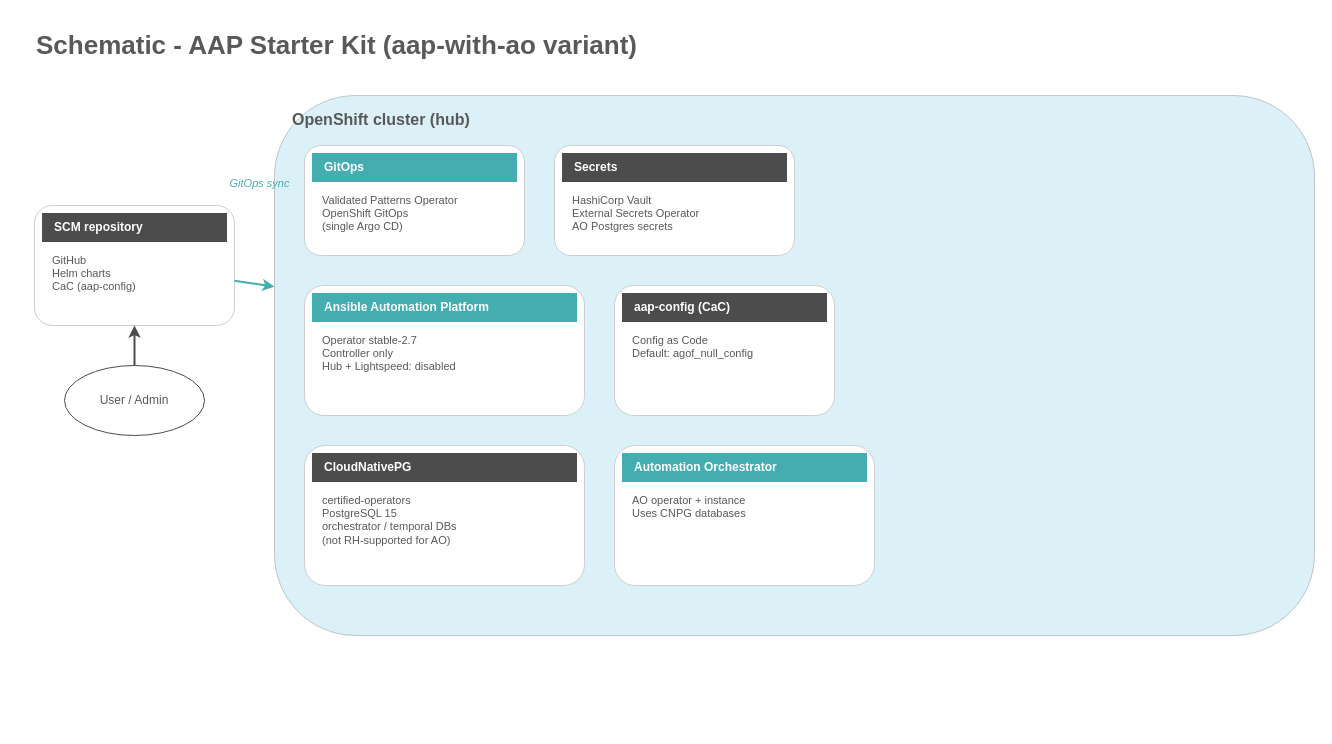
Earlier version of the draw.io diagram static/images/aap-starter-kit/aap-architecture-aap-with-ao.drawio (validatedpatterns/docs). Source tidied: cells renumbered, new cells numbered last; positions are measured from the earlier drawing's top-left corner, leaving out a move shared by most shapes. Both pictures are drawn from the tidied source at 100%, with x=0, y=0 at pixel (34, 25).
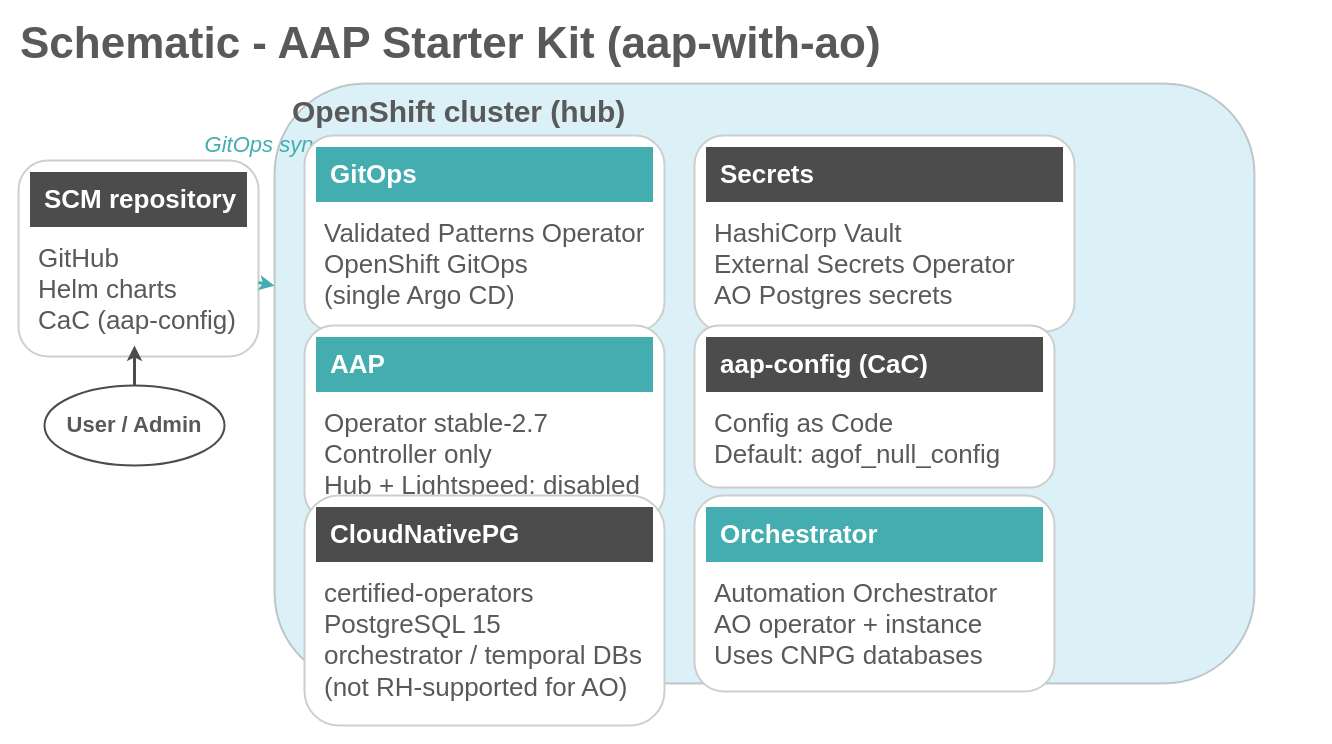
After the change.

The edit, as a diff of the source:
```diff
@@
-    <mxCell id="2" value="&lt;b&gt;Schematic - AAP Starter Kit (aap-with-ao variant)&lt;/b&gt;" style="text;html=1;strokeColor=none;fillColor=none;align=left;verticalAlign=middle;fontFamily=Red Hat Text;fontSize=26;fontColor=#595959;" parent="1" vertex="1">
-      <mxGeometry width="1200" height="40" as="geometry" />
+    <mxCell id="2" value="&lt;b&gt;Schematic - AAP Starter Kit (aap-with-ao)&lt;/b&gt;" style="text;html=1;strokeColor=none;fillColor=none;align=left;verticalAlign=middle;fontFamily=Red Hat Text;fontSize=44;fontColor=#595959;fontStyle=1;" parent="1" vertex="1">
+      <mxGeometry x="-16" y="-4" width="1200" height="44" as="geometry" />
     </mxCell>
-    <mxCell id="3" style="rounded=1;whiteSpace=wrap;html=1;fillColor=#4CB6D6;strokeColor=#000000;strokeWidth=1;opacity=20;" parent="1" vertex="1">
-      <mxGeometry x="240" y="70" width="1040" height="540" as="geometry" />
+    <mxCell id="3" style="rounded=1;whiteSpace=wrap;html=1;fillColor=#4CB6D6;strokeColor=#000000;strokeWidth=2;opacity=20;" parent="1" vertex="1">
+      <mxGeometry x="240" y="58" width="980" height="600" as="geometry" />
     </mxCell>
-    <mxCell id="4" value="&lt;b&gt;OpenShift cluster (hub)&lt;/b&gt;" style="text;html=1;strokeColor=none;fillColor=none;align=left;verticalAlign=middle;fontFamily=Red Hat Text;fontSize=16;fontColor=#595959;" parent="1" vertex="1">
-      <mxGeometry x="256" y="80" width="400" height="28" as="geometry" />
+    <mxCell id="4" value="&lt;b&gt;OpenShift cluster (hub)&lt;/b&gt;" style="text;html=1;strokeColor=none;fillColor=none;align=left;verticalAlign=middle;fontFamily=Red Hat Text;fontSize=30;fontColor=#595959;fontStyle=1;" parent="1" vertex="1">
+      <mxGeometry x="256" y="68" width="480" height="36" as="geometry" />
     </mxCell>
-    <mxCell id="5" style="rounded=1;whiteSpace=wrap;html=1;fillColor=#FFFFFF;strokeColor=#CDCECE;strokeWidth=1;shadow=0;" parent="1" vertex="1">
-      <mxGeometry y="180" width="200" height="120" as="geometry" />
+    <mxCell id="5" style="rounded=1;whiteSpace=wrap;html=1;fillColor=#FFFFFF;strokeColor=#CDCECE;strokeWidth=2;shadow=0;" parent="1" vertex="1">
+      <mxGeometry x="-16" y="135" width="240" height="196" as="geometry" />
     </mxCell>
-    <mxCell id="6" value="&lt;b&gt;SCM repository&lt;/b&gt;" style="rounded=0;whiteSpace=wrap;html=1;fillColor=#4C4C4C;strokeColor=#4C4C4C;fontColor=#FFFFFF;fontFamily=Red Hat Text;fontSize=12;align=left;spacingLeft=10;verticalAlign=middle;" parent="1" vertex="1">
-      <mxGeometry x="8" y="188" width="184" height="28" as="geometry" />
+    <mxCell id="6" value="&lt;b&gt;SCM repository&lt;/b&gt;" style="rounded=0;whiteSpace=wrap;html=1;fillColor=#4C4C4C;strokeColor=#4C4C4C;fontColor=#FFFFFF;fontFamily=Red Hat Text;fontSize=26;align=left;spacingLeft=12;verticalAlign=middle;fontStyle=1;" parent="1" vertex="1">
+      <mxGeometry x="-4" y="147" width="216" height="54" as="geometry" />
     </mxCell>
-    <mxCell id="7" value="GitHub&#10;Helm charts&#10;CaC (aap-config)" style="text;html=1;strokeColor=none;fillColor=none;align=left;verticalAlign=top;whiteSpace=wrap;rounded=0;fontFamily=Red Hat Text;fontSize=11;fontColor=#595959;spacingLeft=4;" parent="1" vertex="1">
-      <mxGeometry x="12" y="222" width="176" height="68" as="geometry" />
+    <mxCell id="7" value="GitHub&#10;Helm charts&#10;CaC (aap-config)" style="text;html=1;strokeColor=none;fillColor=none;align=left;verticalAlign=top;whiteSpace=wrap;rounded=0;fontFamily=Red Hat Text;fontSize=26;fontColor=#595959;spacingLeft=4;spacingTop=2;" parent="1" vertex="1">
+      <mxGeometry x="-2" y="209" width="212" height="114" as="geometry" />
     </mxCell>
-    <mxCell id="8" value="User / Admin" style="shape=ellipse;whiteSpace=wrap;html=1;fillColor=#FFFFFF;strokeColor=#4C4C4C;fontFamily=Red Hat Text;fontSize=12;fontColor=#595959;" parent="1" vertex="1">
-      <mxGeometry x="30" y="340" width="140" height="70" as="geometry" />
+    <mxCell id="8" value="User / Admin" style="shape=ellipse;whiteSpace=wrap;html=1;fillColor=#FFFFFF;strokeColor=#4C4C4C;strokeWidth=2;fontFamily=Red Hat Text;fontSize=22;fontColor=#595959;fontStyle=1;" parent="1" vertex="1">
+      <mxGeometry x="10" y="360" width="180" height="80" as="geometry" />
     </mxCell>
-    <mxCell id="9" style="endArrow=classic;html=1;rounded=0;strokeColor=#4C4C4C;strokeWidth=2;" parent="1" edge="1">
+    <mxCell id="9" style="endArrow=classic;html=1;rounded=0;strokeColor=#4C4C4C;strokeWidth=3;" parent="1" edge="1">
       <mxGeometry relative="1" as="geometry">
-        <mxPoint x="100" y="340" as="sourcePoint" />
-        <mxPoint x="100" y="300" as="targetPoint" />
+        <mxPoint x="100" y="360" as="sourcePoint" />
+        <mxPoint x="100" y="320" as="targetPoint" />
       </mxGeometry>
     </mxCell>
-    <mxCell id="10" style="endArrow=classic;html=1;rounded=0;strokeColor=#43ADAF;strokeWidth=2;" parent="1" edge="1" source="5" target="3">
+    <mxCell id="10" style="endArrow=classic;html=1;rounded=0;strokeColor=#43ADAF;strokeWidth=3;" parent="1" edge="1" source="5" target="3">
       <mxGeometry relative="1" as="geometry" />
     </mxCell>
-    <mxCell id="11" value="GitOps sync" style="text;html=1;strokeColor=none;fillColor=none;align=center;fontFamily=Red Hat Text;fontSize=11;fontColor=#43ADAF;fontStyle=2;" parent="1" vertex="1">
-      <mxGeometry x="180" y="145" width="90" height="20" as="geometry" />
+    <mxCell id="11" value="GitOps sync" style="text;html=1;strokeColor=none;fillColor=none;align=center;fontFamily=Red Hat Text;fontSize=22;fontColor=#43ADAF;fontStyle=2;" parent="1" vertex="1">
+      <mxGeometry x="160" y="100" width="140" height="30" as="geometry" />
     </mxCell>
-    <mxCell id="12" style="rounded=1;whiteSpace=wrap;html=1;fillColor=#FFFFFF;strokeColor=#CDCECE;strokeWidth=1;shadow=0;" parent="1" vertex="1">
-      <mxGeometry x="270" y="120" width="220" height="110" as="geometry" />
+    <mxCell id="12" style="rounded=1;whiteSpace=wrap;html=1;fillColor=#FFFFFF;strokeColor=#CDCECE;strokeWidth=2;shadow=0;" parent="1" vertex="1">
+      <mxGeometry x="270" y="110" width="360" height="196" as="geometry" />
     </mxCell>
-    <mxCell id="13" value="&lt;b&gt;GitOps&lt;/b&gt;" style="rounded=0;whiteSpace=wrap;html=1;fillColor=#43ADAF;strokeColor=#43ADAF;fontColor=#FFFFFF;fontFamily=Red Hat Text;fontSize=12;align=left;spacingLeft=10;verticalAlign=middle;" parent="1" vertex="1">
-      <mxGeometry x="278" y="128" width="204" height="28" as="geometry" />
+    <mxCell id="13" value="&lt;b&gt;GitOps&lt;/b&gt;" style="rounded=0;whiteSpace=wrap;html=1;fillColor=#43ADAF;strokeColor=#43ADAF;fontColor=#FFFFFF;fontFamily=Red Hat Text;fontSize=26;align=left;spacingLeft=12;verticalAlign=middle;fontStyle=1;" parent="1" vertex="1">
+      <mxGeometry x="282" y="122" width="336" height="54" as="geometry" />
     </mxCell>
-    <mxCell id="14" value="Validated Patterns Operator&#10;OpenShift GitOps&#10;(single Argo CD)" style="text;html=1;strokeColor=none;fillColor=none;align=left;verticalAlign=top;whiteSpace=wrap;rounded=0;fontFamily=Red Hat Text;fontSize=11;fontColor=#595959;spacingLeft=4;" parent="1" vertex="1">
-      <mxGeometry x="282" y="162" width="196" height="58" as="geometry" />
+    <mxCell id="14" value="Validated Patterns Operator&#10;OpenShift GitOps&#10;(single Argo CD)" style="text;html=1;strokeColor=none;fillColor=none;align=left;verticalAlign=top;whiteSpace=wrap;rounded=0;fontFamily=Red Hat Text;fontSize=26;fontColor=#595959;spacingLeft=4;spacingTop=2;" parent="1" vertex="1">
+      <mxGeometry x="284" y="184" width="332" height="114" as="geometry" />
     </mxCell>
-    <mxCell id="15" style="rounded=1;whiteSpace=wrap;html=1;fillColor=#FFFFFF;strokeColor=#CDCECE;strokeWidth=1;shadow=0;" parent="1" vertex="1">
-      <mxGeometry x="520" y="120" width="240" height="110" as="geometry" />
+    <mxCell id="15" style="rounded=1;whiteSpace=wrap;html=1;fillColor=#FFFFFF;strokeColor=#CDCECE;strokeWidth=2;shadow=0;" parent="1" vertex="1">
+      <mxGeometry x="660" y="110" width="380" height="196" as="geometry" />
     </mxCell>
-    <mxCell id="16" value="&lt;b&gt;Secrets&lt;/b&gt;" style="rounded=0;whiteSpace=wrap;html=1;fillColor=#4C4C4C;strokeColor=#4C4C4C;fontColor=#FFFFFF;fontFamily=Red Hat Text;fontSize=12;align=left;spacingLeft=10;verticalAlign=middle;" parent="1" vertex="1">
-      <mxGeometry x="528" y="128" width="224" height="28" as="geometry" />
+    <mxCell id="16" value="&lt;b&gt;Secrets&lt;/b&gt;" style="rounded=0;whiteSpace=wrap;html=1;fillColor=#4C4C4C;strokeColor=#4C4C4C;fontColor=#FFFFFF;fontFamily=Red Hat Text;fontSize=26;align=left;spacingLeft=12;verticalAlign=middle;fontStyle=1;" parent="1" vertex="1">
+      <mxGeometry x="672" y="122" width="356" height="54" as="geometry" />
     </mxCell>
-    <mxCell id="17" value="HashiCorp Vault&#10;External Secrets Operator&#10;AO Postgres secrets" style="text;html=1;strokeColor=none;fillColor=none;align=left;verticalAlign=top;whiteSpace=wrap;rounded=0;fontFamily=Red Hat Text;fontSize=11;fontColor=#595959;spacingLeft=4;" parent="1" vertex="1">
-      <mxGeometry x="532" y="162" width="216" height="58" as="geometry" />
+    <mxCell id="17" value="HashiCorp Vault&#10;External Secrets Operator&#10;AO Postgres secrets" style="text;html=1;strokeColor=none;fillColor=none;align=left;verticalAlign=top;whiteSpace=wrap;rounded=0;fontFamily=Red Hat Text;fontSize=26;fontColor=#595959;spacingLeft=4;spacingTop=2;" parent="1" vertex="1">
+      <mxGeometry x="674" y="184" width="352" height="114" as="geometry" />
     </mxCell>
-    <mxCell id="18" style="rounded=1;whiteSpace=wrap;html=1;fillColor=#FFFFFF;strokeColor=#CDCECE;strokeWidth=1;shadow=0;" parent="1" vertex="1">
-      <mxGeometry x="270" y="260" width="280" height="130" as="geometry" />
+    <mxCell id="18" style="rounded=1;whiteSpace=wrap;html=1;fillColor=#FFFFFF;strokeColor=#CDCECE;strokeWidth=2;shadow=0;" parent="1" vertex="1">
+      <mxGeometry x="270" y="300" width="360" height="196" as="geometry" />
     </mxCell>
-    <mxCell id="19" value="&lt;b&gt;Ansible Automation Platform&lt;/b&gt;" style="rounded=0;whiteSpace=wrap;html=1;fillColor=#43ADAF;strokeColor=#43ADAF;fontColor=#FFFFFF;fontFamily=Red Hat Text;fontSize=12;align=left;spacingLeft=10;verticalAlign=middle;" parent="1" vertex="1">
-      <mxGeometry x="278" y="268" width="264" height="28" as="geometry" />
+    <mxCell id="19" value="&lt;b&gt;AAP&lt;/b&gt;" style="rounded=0;whiteSpace=wrap;html=1;fillColor=#43ADAF;strokeColor=#43ADAF;fontColor=#FFFFFF;fontFamily=Red Hat Text;fontSize=26;align=left;spacingLeft=12;verticalAlign=middle;fontStyle=1;" parent="1" vertex="1">
+      <mxGeometry x="282" y="312" width="336" height="54" as="geometry" />
     </mxCell>
-    <mxCell id="20" value="Operator stable-2.7&#10;Controller only&#10;Hub + Lightspeed: disabled" style="text;html=1;strokeColor=none;fillColor=none;align=left;verticalAlign=top;whiteSpace=wrap;rounded=0;fontFamily=Red Hat Text;fontSize=11;fontColor=#595959;spacingLeft=4;" parent="1" vertex="1">
-      <mxGeometry x="282" y="302" width="256" height="78" as="geometry" />
+    <mxCell id="20" value="Operator stable-2.7&#10;Controller only&#10;Hub + Lightspeed: disabled" style="text;html=1;strokeColor=none;fillColor=none;align=left;verticalAlign=top;whiteSpace=wrap;rounded=0;fontFamily=Red Hat Text;fontSize=26;fontColor=#595959;spacingLeft=4;spacingTop=2;" parent="1" vertex="1">
+      <mxGeometry x="284" y="374" width="332" height="114" as="geometry" />
     </mxCell>
-    <mxCell id="21" style="rounded=1;whiteSpace=wrap;html=1;fillColor=#FFFFFF;strokeColor=#CDCECE;strokeWidth=1;shadow=0;" parent="1" vertex="1">
-      <mxGeometry x="580" y="260" width="220" height="130" as="geometry" />
+    <mxCell id="21" style="rounded=1;whiteSpace=wrap;html=1;fillColor=#FFFFFF;strokeColor=#CDCECE;strokeWidth=2;shadow=0;" parent="1" vertex="1">
+      <mxGeometry x="660" y="300" width="360" height="162" as="geometry" />
     </mxCell>
-    <mxCell id="22" value="&lt;b&gt;aap-config (CaC)&lt;/b&gt;" style="rounded=0;whiteSpace=wrap;html=1;fillColor=#4C4C4C;strokeColor=#4C4C4C;fontColor=#FFFFFF;fontFamily=Red Hat Text;fontSize=12;align=left;spacingLeft=10;verticalAlign=middle;" parent="1" vertex="1">
-      <mxGeometry x="588" y="268" width="204" height="28" as="geometry" />
+    <mxCell id="22" value="&lt;b&gt;aap-config (CaC)&lt;/b&gt;" style="rounded=0;whiteSpace=wrap;html=1;fillColor=#4C4C4C;strokeColor=#4C4C4C;fontColor=#FFFFFF;fontFamily=Red Hat Text;fontSize=26;align=left;spacingLeft=12;verticalAlign=middle;fontStyle=1;" parent="1" vertex="1">
+      <mxGeometry x="672" y="312" width="336" height="54" as="geometry" />
     </mxCell>
-    <mxCell id="23" value="Config as Code&#10;Default: agof_null_config" style="text;html=1;strokeColor=none;fillColor=none;align=left;verticalAlign=top;whiteSpace=wrap;rounded=0;fontFamily=Red Hat Text;fontSize=11;fontColor=#595959;spacingLeft=4;" parent="1" vertex="1">
-      <mxGeometry x="592" y="302" width="196" height="78" as="geometry" />
+    <mxCell id="23" value="Config as Code&#10;Default: agof_null_config" style="text;html=1;strokeColor=none;fillColor=none;align=left;verticalAlign=top;whiteSpace=wrap;rounded=0;fontFamily=Red Hat Text;fontSize=26;fontColor=#595959;spacingLeft=4;spacingTop=2;" parent="1" vertex="1">
+      <mxGeometry x="674" y="374" width="332" height="80" as="geometry" />
     </mxCell>
-    <mxCell id="24" style="rounded=1;whiteSpace=wrap;html=1;fillColor=#FFFFFF;strokeColor=#CDCECE;strokeWidth=1;shadow=0;" parent="1" vertex="1">
-      <mxGeometry x="270" y="420" width="280" height="140" as="geometry" />
+    <mxCell id="24" style="rounded=1;whiteSpace=wrap;html=1;fillColor=#FFFFFF;strokeColor=#CDCECE;strokeWidth=2;shadow=0;" parent="1" vertex="1">
+      <mxGeometry x="270" y="470" width="360" height="230" as="geometry" />
     </mxCell>
-    <mxCell id="25" value="&lt;b&gt;CloudNativePG&lt;/b&gt;" style="rounded=0;whiteSpace=wrap;html=1;fillColor=#4C4C4C;strokeColor=#4C4C4C;fontColor=#FFFFFF;fontFamily=Red Hat Text;fontSize=12;align=left;spacingLeft=10;verticalAlign=middle;" parent="1" vertex="1">
-      <mxGeometry x="278" y="428" width="264" height="28" as="geometry" />
+    <mxCell id="25" value="&lt;b&gt;CloudNativePG&lt;/b&gt;" style="rounded=0;whiteSpace=wrap;html=1;fillColor=#4C4C4C;strokeColor=#4C4C4C;fontColor=#FFFFFF;fontFamily=Red Hat Text;fontSize=26;align=left;spacingLeft=12;verticalAlign=middle;fontStyle=1;" parent="1" vertex="1">
+      <mxGeometry x="282" y="482" width="336" height="54" as="geometry" />
     </mxCell>
-    <mxCell id="26" value="certified-operators&#10;PostgreSQL 15&#10;orchestrator / temporal DBs&#10;(not RH-supported for AO)" style="text;html=1;strokeColor=none;fillColor=none;align=left;verticalAlign=top;whiteSpace=wrap;rounded=0;fontFamily=Red Hat Text;fontSize=11;fontColor=#595959;spacingLeft=4;" parent="1" vertex="1">
-      <mxGeometry x="282" y="462" width="256" height="88" as="geometry" />
+    <mxCell id="26" value="certified-operators&#10;PostgreSQL 15&#10;orchestrator / temporal DBs&#10;(not RH-supported for AO)" style="text;html=1;strokeColor=none;fillColor=none;align=left;verticalAlign=top;whiteSpace=wrap;rounded=0;fontFamily=Red Hat Text;fontSize=26;fontColor=#595959;spacingLeft=4;spacingTop=2;" parent="1" vertex="1">
+      <mxGeometry x="284" y="544" width="332" height="148" as="geometry" />
     </mxCell>
-    <mxCell id="27" style="rounded=1;whiteSpace=wrap;html=1;fillColor=#FFFFFF;strokeColor=#CDCECE;strokeWidth=1;shadow=0;" parent="1" vertex="1">
-      <mxGeometry x="580" y="420" width="260" height="140" as="geometry" />
+    <mxCell id="27" style="rounded=1;whiteSpace=wrap;html=1;fillColor=#FFFFFF;strokeColor=#CDCECE;strokeWidth=2;shadow=0;" parent="1" vertex="1">
+      <mxGeometry x="660" y="470" width="360" height="196" as="geometry" />
     </mxCell>
-    <mxCell id="28" value="&lt;b&gt;Automation Orchestrator&lt;/b&gt;" style="rounded=0;whiteSpace=wrap;html=1;fillColor=#43ADAF;strokeColor=#43ADAF;fontColor=#FFFFFF;fontFamily=Red Hat Text;fontSize=12;align=left;spacingLeft=10;verticalAlign=middle;" parent="1" vertex="1">
-      <mxGeometry x="588" y="428" width="244" height="28" as="geometry" />
+    <mxCell id="28" value="&lt;b&gt;Orchestrator&lt;/b&gt;" style="rounded=0;whiteSpace=wrap;html=1;fillColor=#43ADAF;strokeColor=#43ADAF;fontColor=#FFFFFF;fontFamily=Red Hat Text;fontSize=26;align=left;spacingLeft=12;verticalAlign=middle;fontStyle=1;" parent="1" vertex="1">
+      <mxGeometry x="672" y="482" width="336" height="54" as="geometry" />
     </mxCell>
-    <mxCell id="29" value="AO operator + instance&#10;Uses CNPG databases" style="text;html=1;strokeColor=none;fillColor=none;align=left;verticalAlign=top;whiteSpace=wrap;rounded=0;fontFamily=Red Hat Text;fontSize=11;fontColor=#595959;spacingLeft=4;" parent="1" vertex="1">
-      <mxGeometry x="592" y="462" width="236" height="88" as="geometry" />
+    <mxCell id="29" value="Automation Orchestrator&#10;AO operator + instance&#10;Uses CNPG databases" style="text;html=1;strokeColor=none;fillColor=none;align=left;verticalAlign=top;whiteSpace=wrap;rounded=0;fontFamily=Red Hat Text;fontSize=26;fontColor=#595959;spacingLeft=4;spacingTop=2;" parent="1" vertex="1">
+      <mxGeometry x="674" y="544" width="332" height="114" as="geometry" />
     </mxCell>
```
